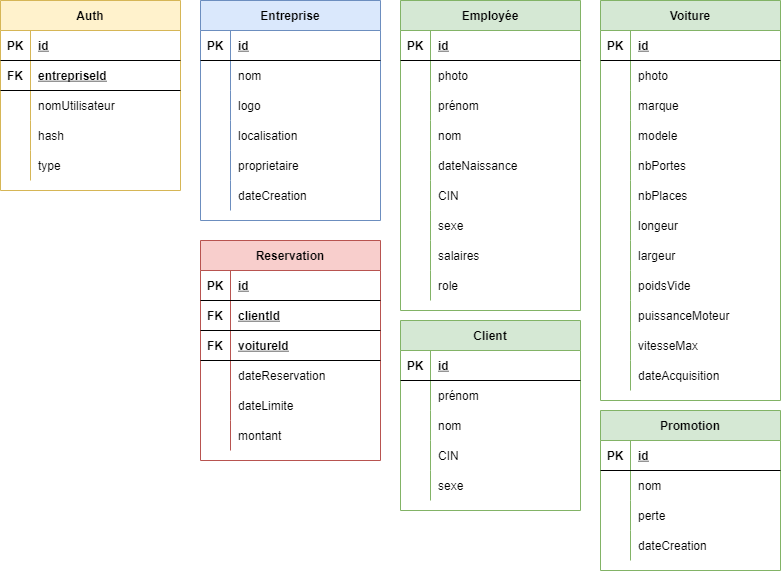
This is diagrammes/base de données.png from AnassEl3/gestionAgenceVoiture, a draw.io export, as it was before one commit. Source tidied: cells renumbered, new cells last; positions are measured from the earlier drawing's top-left corner, leaving out a move shared by most shapes.
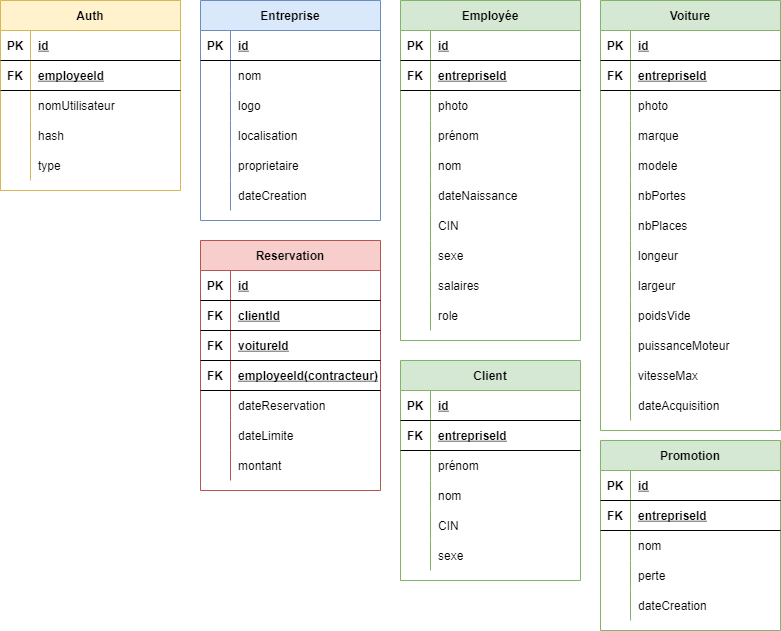
Above is the later version.

Change to the diagram source:
```diff
@@ -22,3 +22,3 @@
     </mxCell>
-    <mxCell id="8" value="entrepriseId" style="shape=partialRectangle;fillColor=none;top=0;left=0;bottom=0;right=0;align=left;spacingLeft=6;fontStyle=5;overflow=hidden;" parent="6" vertex="1">
+    <mxCell id="8" value="employeeId" style="shape=partialRectangle;fillColor=none;top=0;left=0;bottom=0;right=0;align=left;spacingLeft=6;fontStyle=5;overflow=hidden;" parent="6" vertex="1">
       <mxGeometry x="30" width="150" height="30" as="geometry" />
@@ -110,11 +110,20 @@
     <mxCell id="37" value="Employée" style="shape=table;startSize=30;rowLines=0;fontStyle=1;align=center;fillColor=#d5e8d4;strokeColor=#82b366;" parent="1" vertex="1">
-      <mxGeometry x="400" width="180" height="310" as="geometry" />
+      <mxGeometry x="400" width="180" height="340" as="geometry" />
     </mxCell>
+    <mxCell id="150" style="shape=partialRectangle;fillColor=none;top=0;left=0;bottom=1;right=0;" parent="37" vertex="1">
+      <mxGeometry y="30" width="180" height="30" as="geometry" />
+    </mxCell>
+    <mxCell id="151" value="PK" style="shape=partialRectangle;fillColor=none;top=0;left=0;bottom=0;right=0;fontStyle=1;overflow=hidden;" parent="150" vertex="1">
+      <mxGeometry width="30" height="30" as="geometry" />
+    </mxCell>
+    <mxCell id="152" value="id" style="shape=partialRectangle;fillColor=none;top=0;left=0;bottom=0;right=0;align=left;spacingLeft=6;fontStyle=5;overflow=hidden;" parent="150" vertex="1">
+      <mxGeometry x="30" width="150" height="30" as="geometry" />
+    </mxCell>
     <mxCell id="38" style="shape=partialRectangle;fillColor=none;top=0;left=0;bottom=1;right=0;" parent="37" vertex="1">
-      <mxGeometry y="30" width="180" height="30" as="geometry" />
+      <mxGeometry y="60" width="180" height="30" as="geometry" />
     </mxCell>
-    <mxCell id="39" value="PK" style="shape=partialRectangle;fillColor=none;top=0;left=0;bottom=0;right=0;fontStyle=1;overflow=hidden;" parent="38" vertex="1">
+    <mxCell id="39" value="FK" style="shape=partialRectangle;fillColor=none;top=0;left=0;bottom=0;right=0;fontStyle=1;overflow=hidden;" parent="38" vertex="1">
       <mxGeometry width="30" height="30" as="geometry" />
     </mxCell>
-    <mxCell id="40" value="id" style="shape=partialRectangle;fillColor=none;top=0;left=0;bottom=0;right=0;align=left;spacingLeft=6;fontStyle=5;overflow=hidden;" parent="38" vertex="1">
+    <mxCell id="40" value="entrepriseId" style="shape=partialRectangle;fillColor=none;top=0;left=0;bottom=0;right=0;align=left;spacingLeft=6;fontStyle=5;overflow=hidden;" parent="38" vertex="1">
       <mxGeometry x="30" width="150" height="30" as="geometry" />
@@ -122,3 +131,3 @@
     <mxCell id="41" style="shape=partialRectangle;fillColor=none;top=0;left=0;bottom=0;right=0;" parent="37" vertex="1">
-      <mxGeometry y="60" width="180" height="30" as="geometry" />
+      <mxGeometry y="90" width="180" height="30" as="geometry" />
     </mxCell>
@@ -131,3 +140,3 @@
     <mxCell id="44" style="shape=partialRectangle;fillColor=none;top=0;left=0;bottom=0;right=0;" parent="37" vertex="1">
-      <mxGeometry y="90" width="180" height="30" as="geometry" />
+      <mxGeometry y="120" width="180" height="30" as="geometry" />
     </mxCell>
@@ -140,3 +149,3 @@
     <mxCell id="47" style="shape=partialRectangle;fillColor=none;top=0;left=0;bottom=0;right=0;" parent="37" vertex="1">
-      <mxGeometry y="120" width="180" height="30" as="geometry" />
+      <mxGeometry y="150" width="180" height="30" as="geometry" />
     </mxCell>
@@ -149,3 +158,3 @@
     <mxCell id="50" style="shape=partialRectangle;fillColor=none;top=0;left=0;bottom=0;right=0;" parent="37" vertex="1">
-      <mxGeometry y="150" width="180" height="30" as="geometry" />
+      <mxGeometry y="180" width="180" height="30" as="geometry" />
     </mxCell>
@@ -158,3 +167,3 @@
     <mxCell id="53" style="shape=partialRectangle;fillColor=none;top=0;left=0;bottom=0;right=0;" parent="37" vertex="1">
-      <mxGeometry y="180" width="180" height="30" as="geometry" />
+      <mxGeometry y="210" width="180" height="30" as="geometry" />
     </mxCell>
@@ -167,3 +176,3 @@
     <mxCell id="56" style="shape=partialRectangle;fillColor=none;top=0;left=0;bottom=0;right=0;" parent="37" vertex="1">
-      <mxGeometry y="210" width="180" height="30" as="geometry" />
+      <mxGeometry y="240" width="180" height="30" as="geometry" />
     </mxCell>
@@ -176,3 +185,3 @@
     <mxCell id="59" style="shape=partialRectangle;fillColor=none;top=0;left=0;bottom=0;right=0;" parent="37" vertex="1">
-      <mxGeometry y="240" width="180" height="30" as="geometry" />
+      <mxGeometry y="270" width="180" height="30" as="geometry" />
     </mxCell>
@@ -185,3 +194,3 @@
     <mxCell id="62" style="shape=partialRectangle;fillColor=none;top=0;left=0;bottom=0;right=0;" parent="37" vertex="1">
-      <mxGeometry y="270" width="180" height="30" as="geometry" />
+      <mxGeometry y="300" width="180" height="30" as="geometry" />
     </mxCell>
@@ -194,11 +203,20 @@
     <mxCell id="65" value="Client" style="shape=table;startSize=30;rowLines=0;fontStyle=1;align=center;fillColor=#d5e8d4;strokeColor=#82b366;" parent="1" vertex="1">
-      <mxGeometry x="400" y="320" width="180" height="190" as="geometry" />
+      <mxGeometry x="400" y="360" width="180" height="220" as="geometry" />
     </mxCell>
+    <mxCell id="153" style="shape=partialRectangle;fillColor=none;top=0;left=0;bottom=1;right=0;" parent="65" vertex="1">
+      <mxGeometry y="30" width="180" height="30" as="geometry" />
+    </mxCell>
+    <mxCell id="154" value="PK" style="shape=partialRectangle;fillColor=none;top=0;left=0;bottom=0;right=0;fontStyle=1;overflow=hidden;" parent="153" vertex="1">
+      <mxGeometry width="30" height="30" as="geometry" />
+    </mxCell>
+    <mxCell id="155" value="id" style="shape=partialRectangle;fillColor=none;top=0;left=0;bottom=0;right=0;align=left;spacingLeft=6;fontStyle=5;overflow=hidden;" parent="153" vertex="1">
+      <mxGeometry x="30" width="150" height="30" as="geometry" />
+    </mxCell>
     <mxCell id="66" style="shape=partialRectangle;fillColor=none;top=0;left=0;bottom=1;right=0;" parent="65" vertex="1">
-      <mxGeometry y="30" width="180" height="30" as="geometry" />
+      <mxGeometry y="60" width="180" height="30" as="geometry" />
     </mxCell>
-    <mxCell id="67" value="PK" style="shape=partialRectangle;fillColor=none;top=0;left=0;bottom=0;right=0;fontStyle=1;overflow=hidden;" parent="66" vertex="1">
+    <mxCell id="67" value="FK" style="shape=partialRectangle;fillColor=none;top=0;left=0;bottom=0;right=0;fontStyle=1;overflow=hidden;" parent="66" vertex="1">
       <mxGeometry width="30" height="30" as="geometry" />
     </mxCell>
-    <mxCell id="68" value="id" style="shape=partialRectangle;fillColor=none;top=0;left=0;bottom=0;right=0;align=left;spacingLeft=6;fontStyle=5;overflow=hidden;" parent="66" vertex="1">
+    <mxCell id="68" value="entrepriseId" style="shape=partialRectangle;fillColor=none;top=0;left=0;bottom=0;right=0;align=left;spacingLeft=6;fontStyle=5;overflow=hidden;" parent="66" vertex="1">
       <mxGeometry x="30" width="150" height="30" as="geometry" />
@@ -206,3 +224,3 @@
     <mxCell id="69" style="shape=partialRectangle;fillColor=none;top=0;left=0;bottom=0;right=0;" parent="65" vertex="1">
-      <mxGeometry y="60" width="180" height="30" as="geometry" />
+      <mxGeometry y="90" width="180" height="30" as="geometry" />
     </mxCell>
@@ -215,3 +233,3 @@
     <mxCell id="72" style="shape=partialRectangle;fillColor=none;top=0;left=0;bottom=0;right=0;" parent="65" vertex="1">
-      <mxGeometry y="90" width="180" height="30" as="geometry" />
+      <mxGeometry y="120" width="180" height="30" as="geometry" />
     </mxCell>
@@ -224,3 +242,3 @@
     <mxCell id="75" style="shape=partialRectangle;fillColor=none;top=0;left=0;bottom=0;right=0;" parent="65" vertex="1">
-      <mxGeometry y="120" width="180" height="30" as="geometry" />
+      <mxGeometry y="150" width="180" height="30" as="geometry" />
     </mxCell>
@@ -233,3 +251,3 @@
     <mxCell id="78" style="shape=partialRectangle;fillColor=none;top=0;left=0;bottom=0;right=0;" parent="65" vertex="1">
-      <mxGeometry y="150" width="180" height="30" as="geometry" />
+      <mxGeometry y="180" width="180" height="30" as="geometry" />
     </mxCell>
@@ -242,3 +260,3 @@
     <mxCell id="81" value="Voiture" style="shape=table;startSize=30;rowLines=0;fontStyle=1;align=center;fillColor=#d5e8d4;strokeColor=#82b366;" parent="1" vertex="1">
-      <mxGeometry x="600" width="180" height="400" as="geometry" />
+      <mxGeometry x="600" width="180" height="430" as="geometry" />
     </mxCell>
@@ -253,4 +271,13 @@
     </mxCell>
+    <mxCell id="156" style="shape=partialRectangle;fillColor=none;top=0;left=0;bottom=1;right=0;" parent="81" vertex="1">
+      <mxGeometry y="60" width="180" height="30" as="geometry" />
+    </mxCell>
+    <mxCell id="157" value="FK" style="shape=partialRectangle;fillColor=none;top=0;left=0;bottom=0;right=0;fontStyle=1;overflow=hidden;" parent="156" vertex="1">
+      <mxGeometry width="30" height="30" as="geometry" />
+    </mxCell>
+    <mxCell id="158" value="entrepriseId" style="shape=partialRectangle;fillColor=none;top=0;left=0;bottom=0;right=0;align=left;spacingLeft=6;fontStyle=5;overflow=hidden;" parent="156" vertex="1">
+      <mxGeometry x="30" width="150" height="30" as="geometry" />
+    </mxCell>
     <mxCell id="85" style="shape=partialRectangle;fillColor=none;top=0;left=0;bottom=0;right=0;" parent="81" vertex="1">
-      <mxGeometry y="60" width="180" height="30" as="geometry" />
+      <mxGeometry y="90" width="180" height="30" as="geometry" />
     </mxCell>
@@ -263,3 +290,3 @@
     <mxCell id="88" style="shape=partialRectangle;fillColor=none;top=0;left=0;bottom=0;right=0;" parent="81" vertex="1">
-      <mxGeometry y="90" width="180" height="30" as="geometry" />
+      <mxGeometry y="120" width="180" height="30" as="geometry" />
     </mxCell>
@@ -272,3 +299,3 @@
     <mxCell id="91" style="shape=partialRectangle;fillColor=none;top=0;left=0;bottom=0;right=0;" parent="81" vertex="1">
-      <mxGeometry y="120" width="180" height="30" as="geometry" />
+      <mxGeometry y="150" width="180" height="30" as="geometry" />
     </mxCell>
@@ -281,3 +308,3 @@
     <mxCell id="94" style="shape=partialRectangle;fillColor=none;top=0;left=0;bottom=0;right=0;" parent="81" vertex="1">
-      <mxGeometry y="150" width="180" height="30" as="geometry" />
+      <mxGeometry y="180" width="180" height="30" as="geometry" />
     </mxCell>
@@ -290,3 +317,3 @@
     <mxCell id="97" style="shape=partialRectangle;fillColor=none;top=0;left=0;bottom=0;right=0;" parent="81" vertex="1">
-      <mxGeometry y="180" width="180" height="30" as="geometry" />
+      <mxGeometry y="210" width="180" height="30" as="geometry" />
     </mxCell>
@@ -299,3 +326,3 @@
     <mxCell id="100" style="shape=partialRectangle;fillColor=none;top=0;left=0;bottom=0;right=0;" parent="81" vertex="1">
-      <mxGeometry y="210" width="180" height="30" as="geometry" />
+      <mxGeometry y="240" width="180" height="30" as="geometry" />
     </mxCell>
@@ -308,3 +335,3 @@
     <mxCell id="103" style="shape=partialRectangle;fillColor=none;top=0;left=0;bottom=0;right=0;" parent="81" vertex="1">
-      <mxGeometry y="240" width="180" height="30" as="geometry" />
+      <mxGeometry y="270" width="180" height="30" as="geometry" />
     </mxCell>
@@ -317,3 +344,3 @@
     <mxCell id="106" style="shape=partialRectangle;fillColor=none;top=0;left=0;bottom=0;right=0;" parent="81" vertex="1">
-      <mxGeometry y="270" width="180" height="30" as="geometry" />
+      <mxGeometry y="300" width="180" height="30" as="geometry" />
     </mxCell>
@@ -326,3 +353,3 @@
     <mxCell id="109" style="shape=partialRectangle;fillColor=none;top=0;left=0;bottom=0;right=0;" parent="81" vertex="1">
-      <mxGeometry y="300" width="180" height="30" as="geometry" />
+      <mxGeometry y="330" width="180" height="30" as="geometry" />
     </mxCell>
@@ -335,3 +362,3 @@
     <mxCell id="112" style="shape=partialRectangle;fillColor=none;top=0;left=0;bottom=0;right=0;" parent="81" vertex="1">
-      <mxGeometry y="330" width="180" height="30" as="geometry" />
+      <mxGeometry y="360" width="180" height="30" as="geometry" />
     </mxCell>
@@ -344,3 +371,3 @@
     <mxCell id="115" style="shape=partialRectangle;fillColor=none;top=0;left=0;bottom=0;right=0;" parent="81" vertex="1">
-      <mxGeometry y="360" width="180" height="30" as="geometry" />
+      <mxGeometry y="390" width="180" height="30" as="geometry" />
     </mxCell>
@@ -353,3 +380,3 @@
     <mxCell id="118" value="Promotion" style="shape=table;startSize=30;rowLines=0;fontStyle=1;align=center;fillColor=#d5e8d4;strokeColor=#82b366;" parent="1" vertex="1">
-      <mxGeometry x="600" y="410" width="180" height="160" as="geometry" />
+      <mxGeometry x="600" y="440" width="180" height="190" as="geometry" />
     </mxCell>
@@ -364,4 +391,13 @@
     </mxCell>
+    <mxCell id="159" style="shape=partialRectangle;fillColor=none;top=0;left=0;bottom=1;right=0;" parent="118" vertex="1">
+      <mxGeometry y="60" width="180" height="30" as="geometry" />
+    </mxCell>
+    <mxCell id="160" value="FK" style="shape=partialRectangle;fillColor=none;top=0;left=0;bottom=0;right=0;fontStyle=1;overflow=hidden;" parent="159" vertex="1">
+      <mxGeometry width="30" height="30" as="geometry" />
+    </mxCell>
+    <mxCell id="161" value="entrepriseId" style="shape=partialRectangle;fillColor=none;top=0;left=0;bottom=0;right=0;align=left;spacingLeft=6;fontStyle=5;overflow=hidden;" parent="159" vertex="1">
+      <mxGeometry x="30" width="150" height="30" as="geometry" />
+    </mxCell>
     <mxCell id="122" style="shape=partialRectangle;fillColor=none;top=0;left=0;bottom=0;right=0;" parent="118" vertex="1">
-      <mxGeometry y="60" width="180" height="30" as="geometry" />
+      <mxGeometry y="90" width="180" height="30" as="geometry" />
     </mxCell>
@@ -374,3 +410,3 @@
     <mxCell id="125" style="shape=partialRectangle;fillColor=none;top=0;left=0;bottom=0;right=0;" parent="118" vertex="1">
-      <mxGeometry y="90" width="180" height="30" as="geometry" />
+      <mxGeometry y="120" width="180" height="30" as="geometry" />
     </mxCell>
@@ -383,3 +419,3 @@
     <mxCell id="128" style="shape=partialRectangle;fillColor=none;top=0;left=0;bottom=0;right=0;" parent="118" vertex="1">
-      <mxGeometry y="120" width="180" height="30" as="geometry" />
+      <mxGeometry y="150" width="180" height="30" as="geometry" />
     </mxCell>
@@ -392,3 +428,3 @@
     <mxCell id="131" value="Reservation" style="shape=table;startSize=30;rowLines=0;fontStyle=1;align=center;fillColor=#f8cecc;strokeColor=#b85450;" parent="1" vertex="1">
-      <mxGeometry x="200" y="240" width="180" height="220" as="geometry" />
+      <mxGeometry x="200" y="240" width="180" height="250" as="geometry" />
     </mxCell>
@@ -412,4 +448,13 @@
     </mxCell>
+    <mxCell id="162" style="shape=partialRectangle;fillColor=none;top=0;left=0;bottom=1;right=0;" parent="131" vertex="1">
+      <mxGeometry y="90" width="180" height="30" as="geometry" />
+    </mxCell>
+    <mxCell id="163" value="FK" style="shape=partialRectangle;fillColor=none;top=0;left=0;bottom=0;right=0;fontStyle=1;overflow=hidden;" parent="162" vertex="1">
+      <mxGeometry width="30" height="30" as="geometry" />
+    </mxCell>
+    <mxCell id="164" value="voitureId" style="shape=partialRectangle;fillColor=none;top=0;left=0;bottom=0;right=0;align=left;spacingLeft=6;fontStyle=5;overflow=hidden;" parent="162" vertex="1">
+      <mxGeometry x="30" width="150" height="30" as="geometry" />
+    </mxCell>
     <mxCell id="138" style="shape=partialRectangle;fillColor=none;top=0;left=0;bottom=1;right=0;" parent="131" vertex="1">
-      <mxGeometry y="90" width="180" height="30" as="geometry" />
+      <mxGeometry y="120" width="180" height="30" as="geometry" />
     </mxCell>
@@ -418,3 +463,3 @@
     </mxCell>
-    <mxCell id="140" value="voitureId" style="shape=partialRectangle;fillColor=none;top=0;left=0;bottom=0;right=0;align=left;spacingLeft=6;fontStyle=5;overflow=hidden;" parent="138" vertex="1">
+    <mxCell id="140" value="employeeId(contracteur)" style="shape=partialRectangle;fillColor=none;top=0;left=0;bottom=0;right=0;align=left;spacingLeft=6;fontStyle=5;overflow=hidden;" parent="138" vertex="1">
       <mxGeometry x="30" width="150" height="30" as="geometry" />
@@ -422,3 +467,3 @@
     <mxCell id="141" style="shape=partialRectangle;fillColor=none;top=0;left=0;bottom=0;right=0;" parent="131" vertex="1">
-      <mxGeometry y="120" width="180" height="30" as="geometry" />
+      <mxGeometry y="150" width="180" height="30" as="geometry" />
     </mxCell>
@@ -431,3 +476,3 @@
     <mxCell id="144" style="shape=partialRectangle;fillColor=none;top=0;left=0;bottom=0;right=0;" parent="131" vertex="1">
-      <mxGeometry y="150" width="180" height="30" as="geometry" />
+      <mxGeometry y="180" width="180" height="30" as="geometry" />
     </mxCell>
@@ -440,3 +485,3 @@
     <mxCell id="147" style="shape=partialRectangle;fillColor=none;top=0;left=0;bottom=0;right=0;" parent="131" vertex="1">
-      <mxGeometry y="180" width="180" height="30" as="geometry" />
+      <mxGeometry y="210" width="180" height="30" as="geometry" />
     </mxCell>
```
